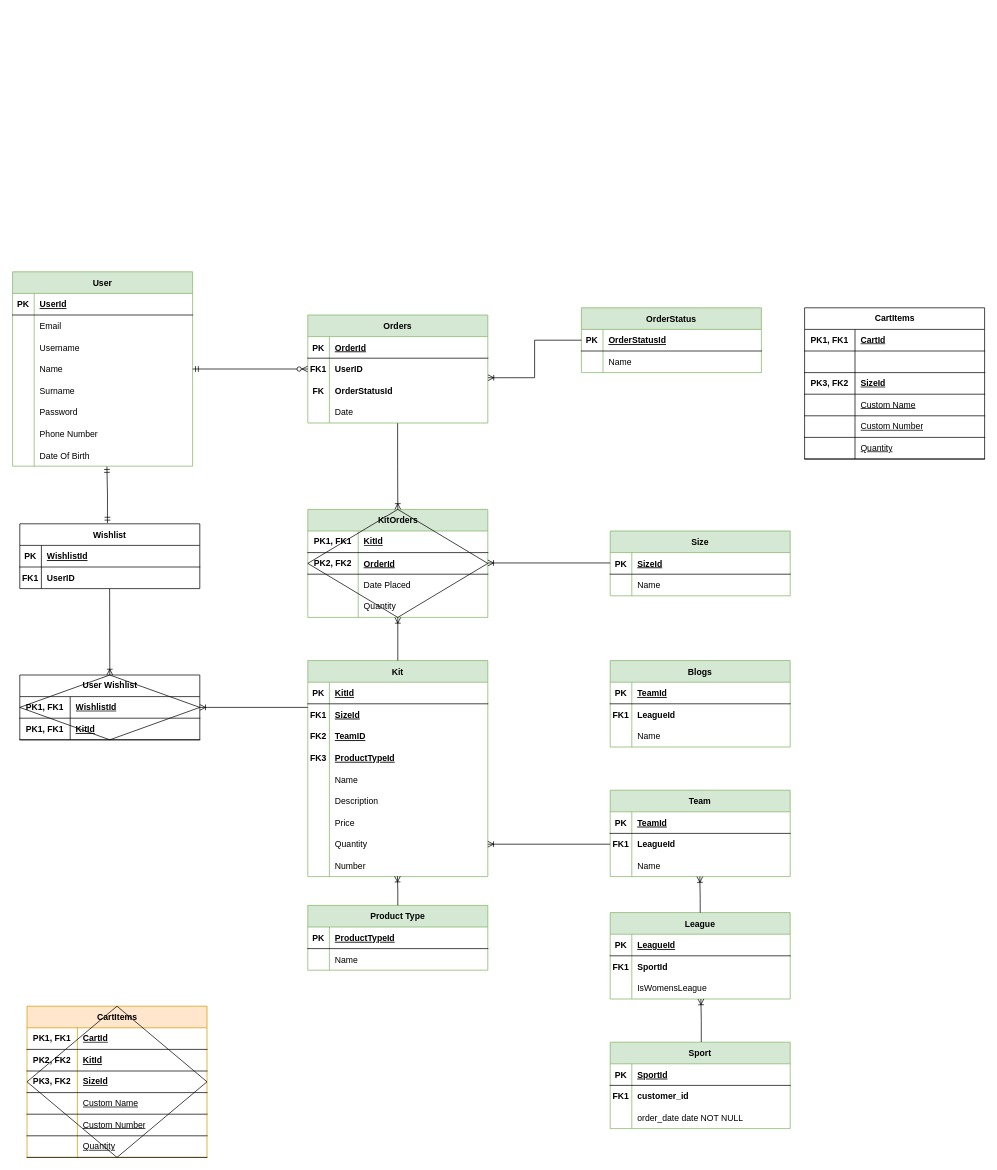
cssedi/vintage-kitman.app keeps this draw.io diagram as Docs/vintagekitmanERD.drawio. Above is the earlier version. Source tidied: cells renumbered, new cells numbered last; positions are measured from the earlier drawing's top-left corner, leaving out a move shared by most shapes. Both pictures are drawn from the tidied source at 72%, with x=0, y=0 at pixel (12, 271).
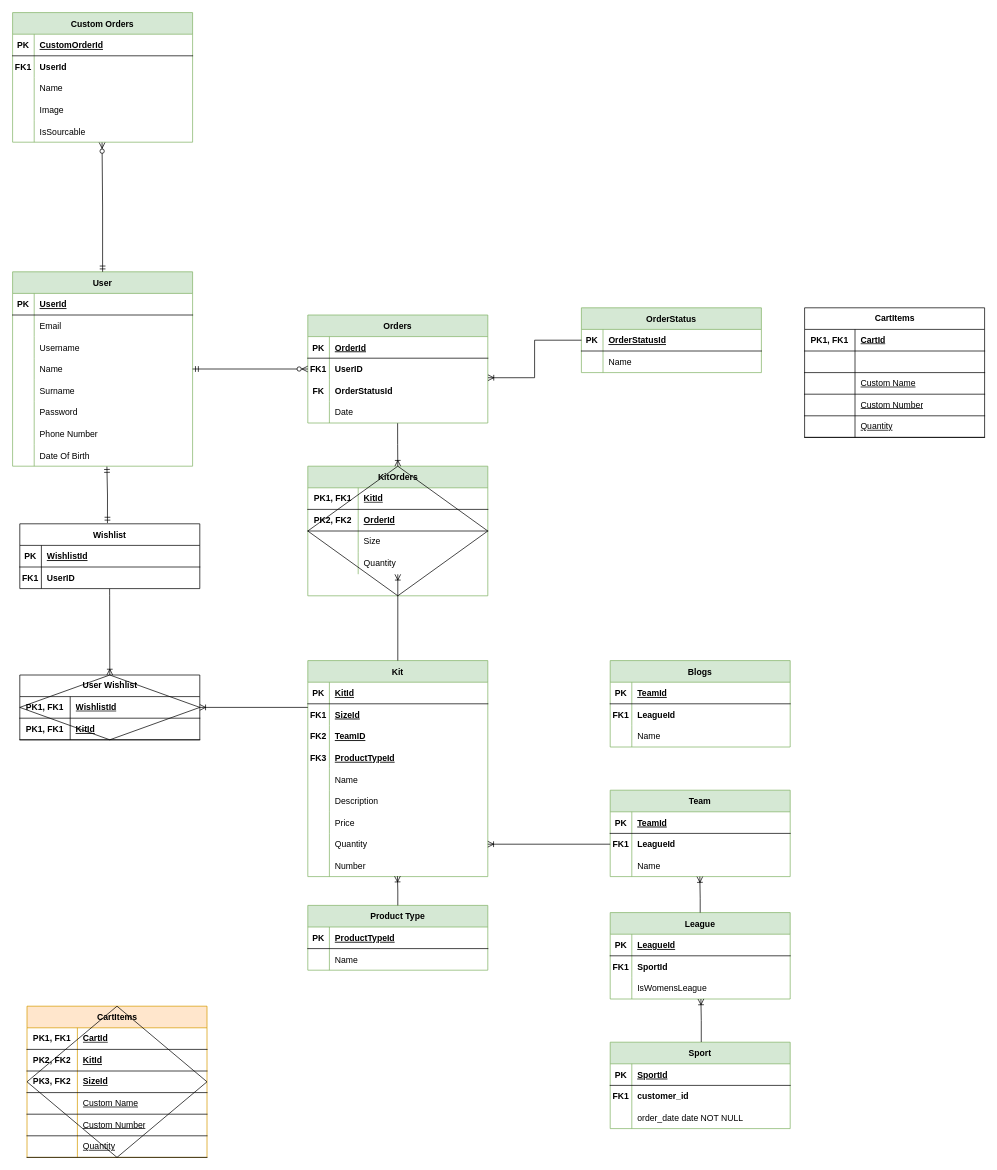
The same page after the edit.

The change refers to these unchanged cells:
```xml
<mxCell id="15" value="User" style="shape=table;startSize=30;childLayout=tableLayout;rowLines=0;fontStyle=1;align=center;fillColor=#d5e8d4;strokeColor=#82b366;" parent="1" vertex="1">
  <mxGeometry width="250" height="270" as="geometry" />
</mxCell>
<mxCell id="40" value="Kit" style="shape=table;startSize=30;childLayout=tableLayout;rowLines=0;fontStyle=1;align=center;fillColor=#d5e8d4;strokeColor=#82b366;" parent="1" vertex="1">
  <mxGeometry x="410" y="540" width="250" height="300" as="geometry" />
</mxCell>
<mxCell id="75" style="shape=tableRow;horizontal=0;startSize=0;swimlaneHead=0;swimlaneBody=0;fillColor=none;top=0;left=0;right=0;bottom=0;" parent="68" vertex="1">
  <mxGeometry y="90" width="250" height="30" as="geometry" />
</mxCell>
<mxCell id="78" style="shape=tableRow;horizontal=0;startSize=0;swimlaneHead=0;swimlaneBody=0;fillColor=none;points=[[0,0.5],[1,0.5]];portConstraint=eastwest;top=0;left=0;right=0;bottom=0;" parent="68" vertex="1">
  <mxGeometry y="120" width="250" height="30" as="geometry" />
</mxCell>
```

Diff of the diagram source:
```diff
@@
     <mxCell id="68" value="KitOrders" style="shape=table;startSize=30;childLayout=tableLayout;rowLines=0;fontStyle=1;align=center;html=1;fillColor=#d5e8d4;strokeColor=#82b366;" parent="1" vertex="1">
-      <mxGeometry x="410" y="330" width="250" height="150" as="geometry" />
+      <mxGeometry x="410" y="270" width="250" height="180" as="geometry" />
     </mxCell>
@@
-    <mxCell id="77" value="Date Placed" style="shape=partialRectangle;fillColor=none;top=0;left=0;bottom=0;right=0;align=left;spacingLeft=6;overflow=hidden;whiteSpace=wrap;html=1;" parent="75" vertex="1">
-      <mxGeometry x="70" width="180" height="30" as="geometry" />
-    </mxCell>
+    <mxCell id="187" value="Size" style="shape=partialRectangle;fillColor=none;top=0;left=0;bottom=0;right=0;align=left;spacingLeft=6;overflow=hidden;whiteSpace=wrap;html=1;" parent="75" vertex="1">
+      <mxGeometry x="70" width="180" height="30" as="geometry" />
+    </mxCell>
@@
     <mxCell id="81" value="PK2, FK2" style="shape=partialRectangle;fillColor=none;top=0;left=0;bottom=0;right=0;fontStyle=1;overflow=hidden;whiteSpace=wrap;html=1;" parent="1" vertex="1">
-      <mxGeometry x="410" y="390" width="70" height="30" as="geometry" />
+      <mxGeometry x="410" y="330" width="70" height="30" as="geometry" />
     </mxCell>
     <mxCell id="82" value="OrderId" style="shape=partialRectangle;overflow=hidden;fillColor=none;top=0;left=0;bottom=0;right=0;align=left;spacingLeft=6;fontStyle=5;" parent="1" vertex="1">
-      <mxGeometry x="480" y="390" width="180" height="30" as="geometry" />
+      <mxGeometry x="480" y="330" width="180" height="30" as="geometry" />
     </mxCell>
     <mxCell id="83" style="shape=rhombus;perimeter=rhombusPerimeter;whiteSpace=wrap;html=1;align=center;fillColor=none;" parent="1" vertex="1">
-      <mxGeometry x="410" y="330" width="250" height="150" as="geometry" />
+      <mxGeometry x="410" y="270" width="250" height="180" as="geometry" />
     </mxCell>
@@
-    <mxCell id="135" style="edgeStyle=orthogonalEdgeStyle;fontSize=12;html=1;endArrow=ERoneToMany;rounded=0;entryX=0.5;entryY=1;entryDx=0;entryDy=0;exitX=0.5;exitY=0;exitDx=0;exitDy=0;" parent="1" edge="1" source="40" target="83">
+    <mxCell id="135" style="edgeStyle=orthogonalEdgeStyle;fontSize=12;html=1;endArrow=ERoneToMany;rounded=0;entryX=0.5;entryY=1.005;entryDx=0;entryDy=0;exitX=0.5;exitY=0;exitDx=0;exitDy=0;entryPerimeter=0;" parent="1" edge="1" source="40" target="78">
       <mxGeometry relative="1" as="geometry" />
     </mxCell>
@@
-    <mxCell id="187" value="Size" style="shape=table;startSize=30;childLayout=tableLayout;rowLines=0;fontStyle=1;align=center;fillColor=#d5e8d4;strokeColor=#82b366;" parent="1" vertex="1">
-      <mxGeometry x="830" y="360" width="250" height="90" as="geometry" />
-    </mxCell>
-    <mxCell id="188" style="shape=partialRectangle;fillColor=none;top=0;left=0;right=0;bottom=1;" parent="187" vertex="1">
-      <mxGeometry y="30" width="250" height="30" as="geometry" />
-    </mxCell>
-    <mxCell id="189" value="PK" style="shape=partialRectangle;overflow=hidden;fillColor=none;top=0;left=0;bottom=0;right=0;fontStyle=1;" parent="188" vertex="1">
-      <mxGeometry width="30" height="30" as="geometry" />
-    </mxCell>
-    <mxCell id="190" value="SizeId" style="shape=partialRectangle;overflow=hidden;fillColor=none;top=0;left=0;bottom=0;right=0;align=left;spacingLeft=6;fontStyle=5;" parent="188" vertex="1">
-      <mxGeometry x="30" width="220" height="30" as="geometry" />
-    </mxCell>
-    <mxCell id="191" style="shape=partialRectangle;fillColor=none;top=0;left=0;right=0;bottom=0;" parent="187" vertex="1">
-      <mxGeometry y="60" width="250" height="30" as="geometry" />
-    </mxCell>
-    <mxCell id="192" style="shape=partialRectangle;overflow=hidden;fillColor=none;top=0;left=0;bottom=0;right=0;" parent="191" vertex="1">
-      <mxGeometry width="30" height="30" as="geometry" />
-    </mxCell>
-    <mxCell id="193" value="Name" style="shape=partialRectangle;overflow=hidden;fillColor=none;top=0;left=0;bottom=0;right=0;align=left;spacingLeft=6;" parent="191" vertex="1">
-      <mxGeometry x="30" width="220" height="30" as="geometry" />
-    </mxCell>
-    <mxCell id="194" style="edgeStyle=orthogonalEdgeStyle;fontSize=12;html=1;endArrow=ERoneToMany;rounded=0;exitX=0;exitY=0.5;exitDx=0;exitDy=0;entryX=1;entryY=0.5;entryDx=0;entryDy=0;" parent="1" edge="1">
-      <mxGeometry relative="1" as="geometry">
-        <mxPoint x="830" y="404.4" as="sourcePoint" />
-        <mxPoint x="660" y="404.4" as="targetPoint" />
-      </mxGeometry>
-    </mxCell>
@@
     <mxCell id="196" value="CartItems" style="shape=table;startSize=30;childLayout=tableLayout;rowLines=0;fontStyle=1;align=center;html=1;" parent="1" vertex="1">
-      <mxGeometry x="1100" y="50" width="250" height="210" as="geometry" />
+      <mxGeometry x="1100" y="50" width="250" height="180" as="geometry" />
     </mxCell>
@@
-    <mxCell id="203" style="shape=tableRow;horizontal=0;startSize=0;swimlaneHead=0;swimlaneBody=0;fillColor=none;top=0;left=0;right=0;bottom=1;" parent="196" vertex="1">
-      <mxGeometry y="90" width="250" height="30" as="geometry" />
-    </mxCell>
-    <mxCell id="204" value="PK3, FK2" style="shape=partialRectangle;fillColor=none;top=0;left=0;bottom=0;right=0;fontStyle=1;overflow=hidden;whiteSpace=wrap;html=1;" parent="203" vertex="1">
-      <mxGeometry width="70" height="30" as="geometry" />
-    </mxCell>
-    <mxCell id="205" value="SizeId" style="shape=partialRectangle;fillColor=none;top=0;left=0;bottom=0;right=0;align=left;spacingLeft=6;fontStyle=5;overflow=hidden;whiteSpace=wrap;html=1;" parent="203" vertex="1">
-      <mxGeometry x="70" width="180" height="30" as="geometry" />
-    </mxCell>
     <mxCell id="206" style="shape=tableRow;horizontal=0;startSize=0;swimlaneHead=0;swimlaneBody=0;fillColor=none;top=0;left=0;right=0;bottom=1;" parent="196" vertex="1">
-      <mxGeometry y="120" width="250" height="30" as="geometry" />
+      <mxGeometry y="90" width="250" height="30" as="geometry" />
     </mxCell>
@@
     <mxCell id="209" style="shape=tableRow;horizontal=0;startSize=0;swimlaneHead=0;swimlaneBody=0;fillColor=none;top=0;left=0;right=0;bottom=1;" parent="196" vertex="1">
-      <mxGeometry y="150" width="250" height="30" as="geometry" />
+      <mxGeometry y="120" width="250" height="30" as="geometry" />
     </mxCell>
@@
     <mxCell id="212" style="shape=tableRow;horizontal=0;startSize=0;swimlaneHead=0;swimlaneBody=0;fillColor=none;top=0;left=0;right=0;bottom=1;" parent="196" vertex="1">
-      <mxGeometry y="180" width="250" height="30" as="geometry" />
+      <mxGeometry y="150" width="250" height="30" as="geometry" />
     </mxCell>
@@
+    <mxCell id="215" value="Custom Orders" style="shape=table;startSize=30;childLayout=tableLayout;rowLines=0;fontStyle=1;align=center;fillColor=#d5e8d4;strokeColor=#82b366;" parent="1" vertex="1">
+      <mxGeometry y="-360" width="250" height="180" as="geometry" />
+    </mxCell>
+    <mxCell id="188" style="shape=partialRectangle;fillColor=none;top=0;left=0;right=0;bottom=1;" parent="215" vertex="1">
+      <mxGeometry y="30" width="250" height="30" as="geometry" />
+    </mxCell>
+    <mxCell id="189" value="PK" style="shape=partialRectangle;overflow=hidden;fillColor=none;top=0;left=0;bottom=0;right=0;fontStyle=1;" parent="188" vertex="1">
+      <mxGeometry width="30" height="30" as="geometry" />
+    </mxCell>
+    <mxCell id="216" value="CustomOrderId" style="shape=partialRectangle;overflow=hidden;fillColor=none;top=0;left=0;bottom=0;right=0;align=left;spacingLeft=6;fontStyle=5;" parent="188" vertex="1">
+      <mxGeometry x="30" width="220" height="30" as="geometry" />
+    </mxCell>
+    <mxCell id="191" style="shape=partialRectangle;fillColor=none;top=0;left=0;right=0;bottom=0;" parent="215" vertex="1">
+      <mxGeometry y="60" width="250" height="30" as="geometry" />
+    </mxCell>
+    <mxCell id="217" value="FK1" style="shape=partialRectangle;overflow=hidden;fillColor=none;top=0;left=0;bottom=0;right=0;fontStyle=1;" parent="191" vertex="1">
+      <mxGeometry width="30" height="30" as="geometry" />
+    </mxCell>
+    <mxCell id="218" value="UserId" style="shape=partialRectangle;overflow=hidden;fillColor=none;top=0;left=0;bottom=0;right=0;align=left;spacingLeft=6;fontStyle=1;" parent="191" vertex="1">
+      <mxGeometry x="30" width="220" height="30" as="geometry" />
+    </mxCell>
+    <mxCell id="219" style="shape=partialRectangle;fillColor=none;top=0;left=0;right=0;bottom=0;" parent="215" vertex="1">
+      <mxGeometry y="90" width="250" height="30" as="geometry" />
+    </mxCell>
+    <mxCell id="220" style="shape=partialRectangle;overflow=hidden;fillColor=none;top=0;left=0;bottom=0;right=0;" parent="219" vertex="1">
+      <mxGeometry width="30" height="30" as="geometry" />
+    </mxCell>
+    <mxCell id="193" value="Name" style="shape=partialRectangle;overflow=hidden;fillColor=none;top=0;left=0;bottom=0;right=0;align=left;spacingLeft=6;" parent="219" vertex="1">
+      <mxGeometry x="30" width="220" height="30" as="geometry" />
+    </mxCell>
+    <mxCell id="221" style="shape=partialRectangle;fillColor=none;top=0;left=0;right=0;bottom=0;" parent="215" vertex="1">
+      <mxGeometry y="120" width="250" height="30" as="geometry" />
+    </mxCell>
+    <mxCell id="222" style="shape=partialRectangle;overflow=hidden;fillColor=none;top=0;left=0;bottom=0;right=0;" parent="221" vertex="1">
+      <mxGeometry width="30" height="30" as="geometry" />
+    </mxCell>
+    <mxCell id="223" value="Image" style="shape=partialRectangle;overflow=hidden;fillColor=none;top=0;left=0;bottom=0;right=0;align=left;spacingLeft=6;" parent="221" vertex="1">
+      <mxGeometry x="30" width="220" height="30" as="geometry" />
+    </mxCell>
+    <mxCell id="224" style="shape=partialRectangle;fillColor=none;points=[[0,0.5],[1,0.5]];portConstraint=eastwest;top=0;left=0;right=0;bottom=0;" parent="215" vertex="1">
+      <mxGeometry y="150" width="250" height="30" as="geometry" />
+    </mxCell>
+    <mxCell id="225" style="shape=partialRectangle;overflow=hidden;fillColor=none;top=0;left=0;bottom=0;right=0;" parent="224" vertex="1">
+      <mxGeometry width="30" height="30" as="geometry" />
+    </mxCell>
+    <mxCell id="226" value="IsSourcable" style="shape=partialRectangle;overflow=hidden;fillColor=none;top=0;left=0;bottom=0;right=0;align=left;spacingLeft=6;" parent="224" vertex="1">
+      <mxGeometry x="30" width="220" height="30" as="geometry" />
+    </mxCell>
+    <mxCell id="227" style="edgeStyle=orthogonalEdgeStyle;fontSize=12;html=1;endArrow=ERzeroToMany;startArrow=ERmandOne;rounded=0;exitX=0.5;exitY=0;exitDx=0;exitDy=0;entryX=0.497;entryY=1.015;entryDx=0;entryDy=0;entryPerimeter=0;" parent="1" edge="1" source="15" target="224">
+      <mxGeometry relative="1" as="geometry" />
+    </mxCell>
```
